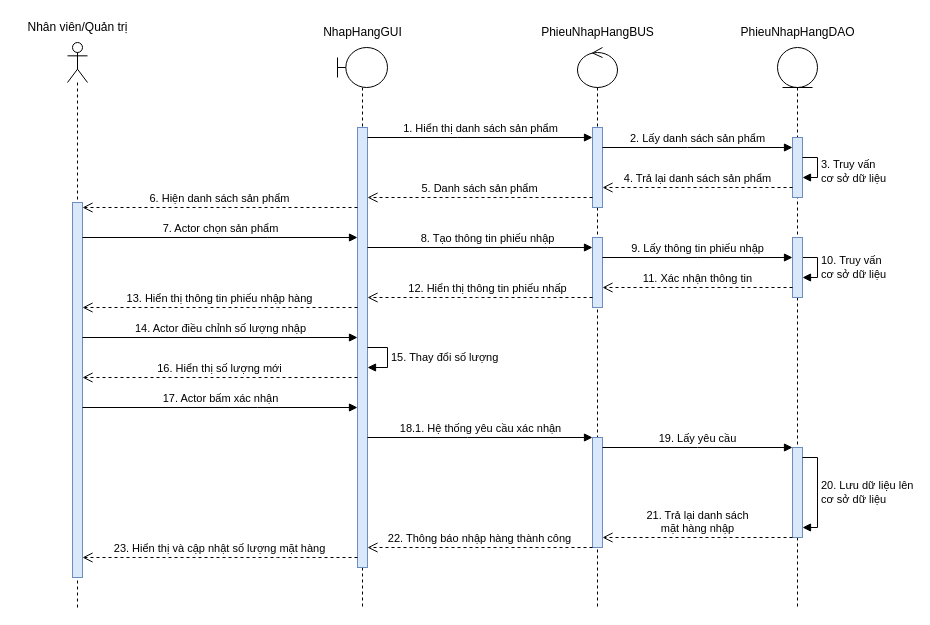
This is Sequence Diagrams/Quang Võ/SD_NhậpHàng.drawio from EdgarIgnite16/OOAD-Project, a draw.io file, before an edit. Source tidied: cells renumbered, new cells numbered last; positions are measured from the earlier drawing's top-left corner, leaving out a move shared by most shapes. Both pictures are drawn from the tidied source at 100%, with x=0, y=0 at pixel (17, 17).
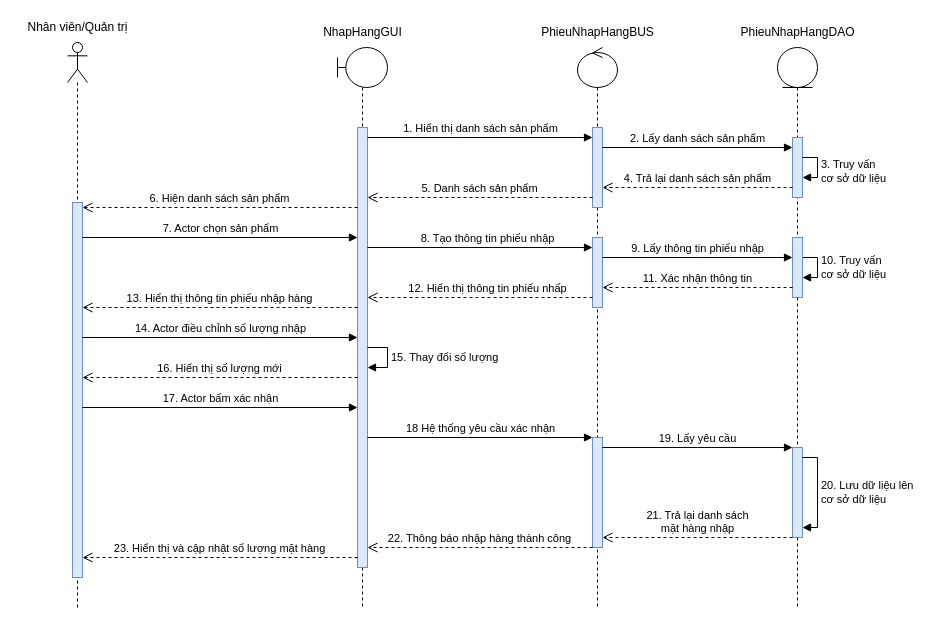
The same diagram, later.

Unchanged cells that the change refers to:
```xml
<mxCell id="6" style="html=1;points=[];perimeter=orthogonalPerimeter;fillColor=#dae8fc;strokeColor=#6c8ebf;" parent="5" vertex="1">
  <mxGeometry x="20" y="80" width="10" height="440" as="geometry" />
</mxCell>
<mxCell id="10" style="html=1;points=[];perimeter=orthogonalPerimeter;fillColor=#dae8fc;strokeColor=#6c8ebf;" parent="8" vertex="1">
  <mxGeometry x="15" y="390" width="10" height="110" as="geometry" />
</mxCell>
```

The edit, as a diff of the source:
```diff
@@
-    <mxCell id="30" value="18.1. Hệ thống yêu cầu xác nhận" style="html=1;verticalAlign=bottom;endArrow=block;rounded=0;" parent="1" edge="1" source="6" target="10">
+    <mxCell id="30" value="18 Hệ thống yêu cầu xác nhận" style="html=1;verticalAlign=bottom;endArrow=block;rounded=0;" parent="1" edge="1" source="6" target="10">
       <mxGeometry relative="1" as="geometry">
         <Array as="points">
           <mxPoint x="450" y="420" />
         </Array>
       </mxGeometry>
     </mxCell>
```
